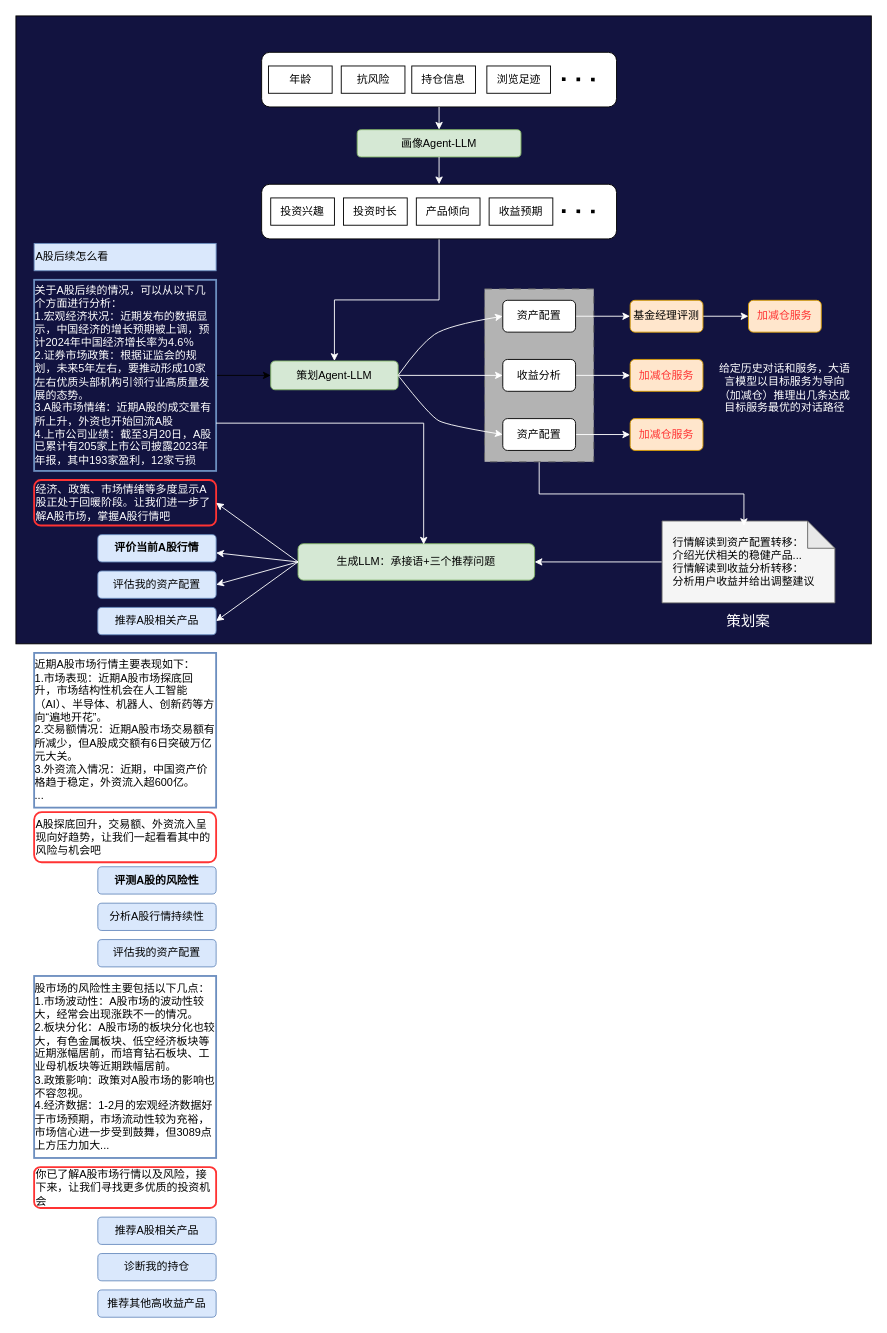
The draw.io diagram 中心场服务引导.drawio in ZhangHammer/ZhangHammer, before the edit. Source tidied: cells renumbered, new cells numbered last; positions are measured from the earlier drawing's top-left corner, leaving out a move shared by most shapes. Both pictures are drawn from the tidied source at 91%, with x=0, y=0 at pixel (15, 15).
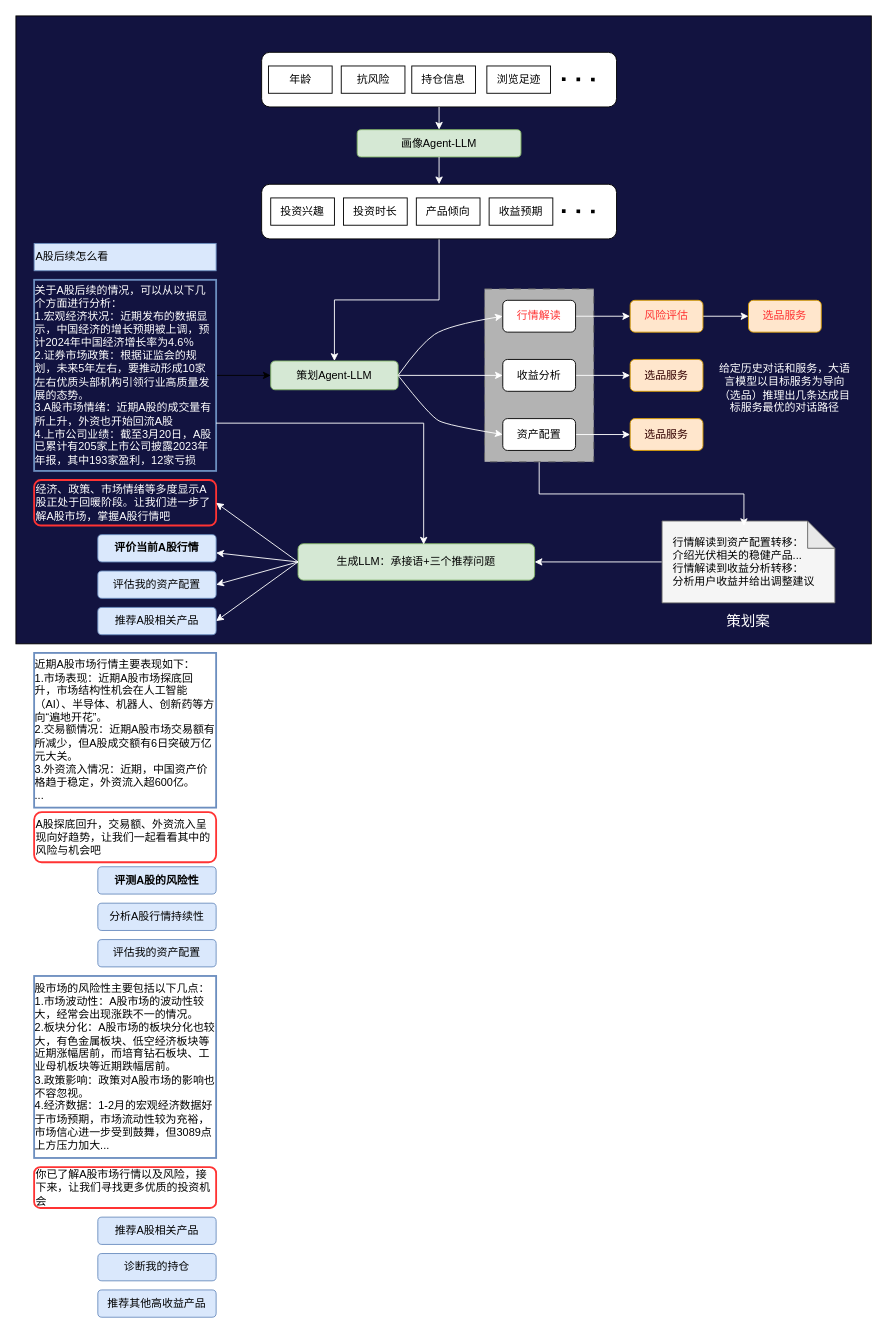
The same diagram, later.

Commit message:
中心场服务引导.drawio

What changed in the source:
```diff
@@
-    <mxCell id="48" value="资产配置" style="rounded=1;whiteSpace=wrap;html=1;" parent="1" vertex="1">
+    <mxCell id="48" value="&lt;font color=&quot;#ff3333&quot;&gt;行情解读&lt;/font&gt;" style="rounded=1;whiteSpace=wrap;html=1;" parent="1" vertex="1">
       <mxGeometry x="535" y="312.5" width="80" height="35" as="geometry" />
     </mxCell>
@@
-    <mxCell id="50" value="基金经理评测" style="rounded=1;whiteSpace=wrap;html=1;strokeWidth=1;strokeColor=#d79b00;fillColor=#ffe6cc;" parent="1" vertex="1">
+    <mxCell id="50" value="&lt;font color=&quot;#ff3333&quot;&gt;风险评估&lt;/font&gt;" style="rounded=1;whiteSpace=wrap;html=1;strokeWidth=1;strokeColor=#d79b00;fillColor=#ffe6cc;" parent="1" vertex="1">
       <mxGeometry x="675" y="312.5" width="80" height="35" as="geometry" />
     </mxCell>
-    <mxCell id="51" value="&lt;font color=&quot;#ff3333&quot;&gt;加减仓服务&lt;/font&gt;" style="rounded=1;whiteSpace=wrap;html=1;strokeWidth=1;strokeColor=#d79b00;fillColor=#ffe6cc;" parent="1" vertex="1">
+    <mxCell id="51" value="&lt;font color=&quot;#ff3333&quot;&gt;选品服务&lt;/font&gt;" style="rounded=1;whiteSpace=wrap;html=1;strokeWidth=1;strokeColor=#d79b00;fillColor=#ffe6cc;" parent="1" vertex="1">
       <mxGeometry x="805" y="312.5" width="80" height="35" as="geometry" />
     </mxCell>
@@
-    <mxCell id="54" value="&lt;font color=&quot;#ff3333&quot;&gt;加减仓服务&lt;/font&gt;" style="rounded=1;whiteSpace=wrap;html=1;strokeWidth=1;strokeColor=#d79b00;fillColor=#ffe6cc;" parent="1" vertex="1">
+    <mxCell id="54" value="&lt;font color=&quot;#330000&quot;&gt;选品服务&lt;/font&gt;" style="rounded=1;whiteSpace=wrap;html=1;strokeWidth=1;strokeColor=#d79b00;fillColor=#ffe6cc;" parent="1" vertex="1">
       <mxGeometry x="675" y="377.5" width="80" height="35" as="geometry" />
     </mxCell>
@@
-    <mxCell id="57" value="&lt;font color=&quot;#ff3333&quot;&gt;加减仓服务&lt;/font&gt;" style="rounded=1;whiteSpace=wrap;html=1;strokeWidth=1;strokeColor=#d79b00;fillColor=#ffe6cc;" parent="1" vertex="1">
+    <mxCell id="57" value="&lt;font color=&quot;#330000&quot;&gt;选品服务&lt;/font&gt;" style="rounded=1;whiteSpace=wrap;html=1;strokeWidth=1;strokeColor=#d79b00;fillColor=#ffe6cc;" parent="1" vertex="1">
       <mxGeometry x="675" y="442.5" width="80" height="35" as="geometry" />
     </mxCell>
@@
-    <mxCell id="62" value="&lt;font color=&quot;#ffffff&quot;&gt;给定历史对话和服务，大语言模型以目标服务为导向（加减仓）推理出几条达成目标服务最优的对话路径&lt;/font&gt;" style="text;html=1;align=center;verticalAlign=middle;whiteSpace=wrap;rounded=0;" parent="1" vertex="1">
+    <mxCell id="62" value="&lt;font color=&quot;#ffffff&quot;&gt;给定历史对话和服务，大语言模型以目标服务为导向（选品）推理出几条达成目标服务最优的对话路径&lt;/font&gt;" style="text;html=1;align=center;verticalAlign=middle;whiteSpace=wrap;rounded=0;" parent="1" vertex="1">
       <mxGeometry x="770" y="379.2" width="150" height="60" as="geometry" />
     </mxCell>
```
